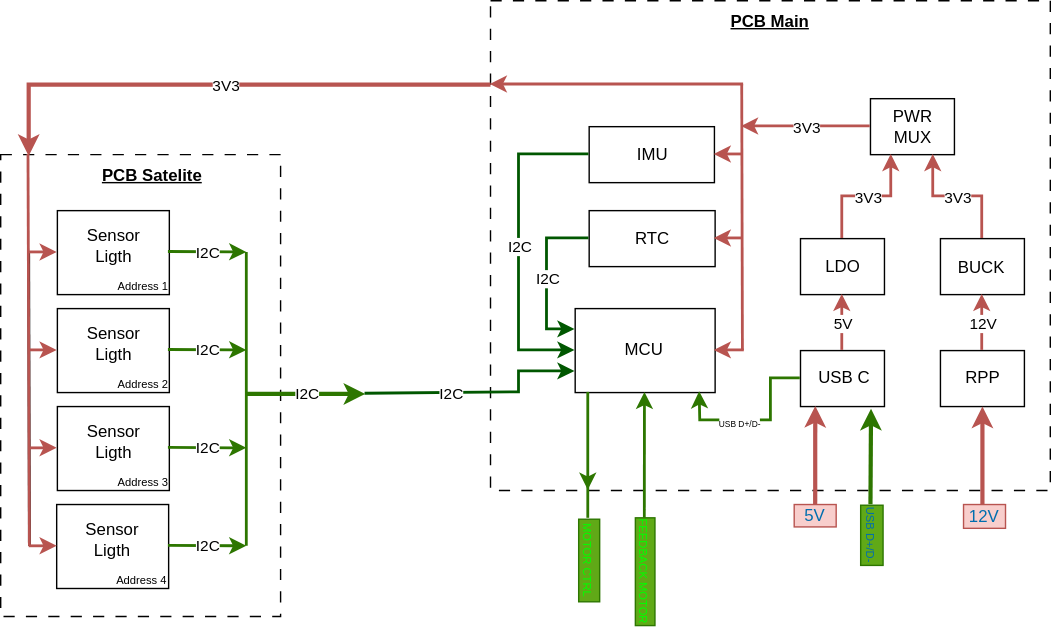
TobiasDecoud/Solar-Tracking-System keeps this draw.io diagram as Hardware/Esquematico General.svg. Above is the earlier version. Source tidied: cells renumbered, new cells last; positions are measured from the earlier drawing's top-left corner, leaving out a move shared by most shapes.
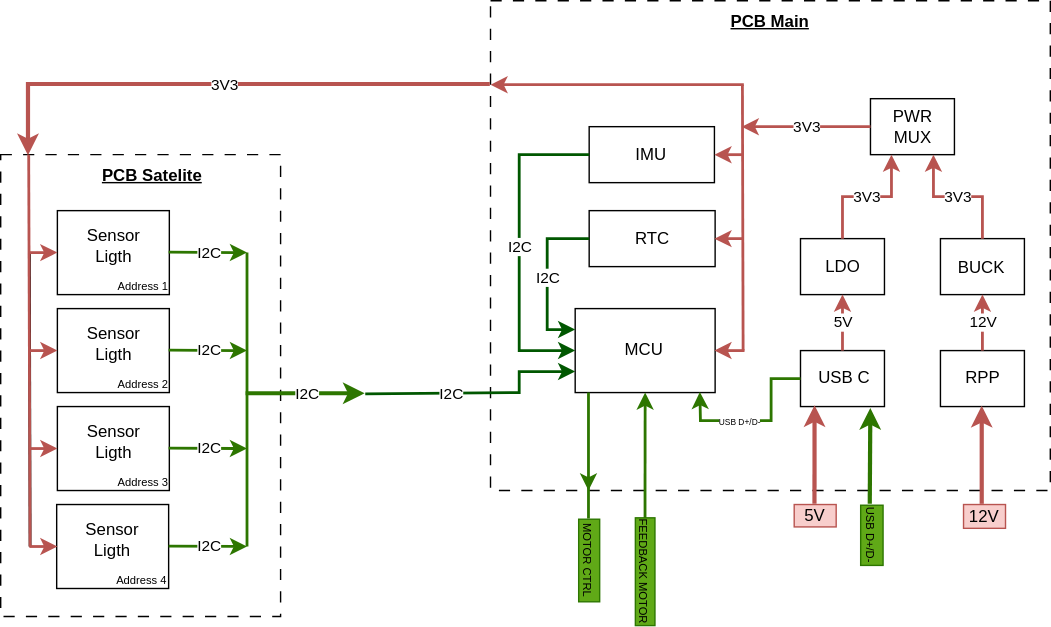
The same diagram one commit later.

What changed in the source:
```diff
@@ -207,7 +207,7 @@
         <mxPoint x="701.5" y="360" as="sourcePoint" />
       </mxGeometry>
     </mxCell>
-    <mxCell id="59" value="&lt;font style=&quot;color: light-dark(rgb(0, 110, 175), rgb(255, 0, 0));&quot;&gt;12V&lt;/font&gt;" style="text;html=1;whiteSpace=wrap;strokeColor=#b85450;fillColor=#f8cecc;align=center;verticalAlign=middle;rounded=0;" parent="1" vertex="1">
+    <mxCell id="59" value="&lt;font style=&quot;color: light-dark(rgb(0, 0, 0), rgb(255, 0, 0));&quot;&gt;12V&lt;/font&gt;" style="text;html=1;whiteSpace=wrap;strokeColor=#b85450;fillColor=#f8cecc;align=center;verticalAlign=middle;rounded=0;" parent="1" vertex="1">
       <mxGeometry x="688" y="360" width="30" height="17" as="geometry" />
     </mxCell>
     <mxCell id="60" style="endArrow=classic;html=1;rounded=0;entryX=0.5;entryY=1;entryDx=0;entryDy=0;exitX=0.5;exitY=0;exitDx=0;exitDy=0;strokeColor=#b85450;strokeWidth=2;fillColor=#f8cecc;" parent="1" edge="1" source="37" target="34">
@@ -233,7 +233,7 @@
         <mxPoint x="582" y="360" as="sourcePoint" />
       </mxGeometry>
     </mxCell>
-    <mxCell id="65" value="&lt;font style=&quot;color: light-dark(rgb(0, 110, 175), rgb(255, 0, 0));&quot;&gt;5V&lt;/font&gt;" style="text;html=1;whiteSpace=wrap;strokeColor=#b85450;fillColor=#f8cecc;align=center;verticalAlign=middle;rounded=0;" parent="1" vertex="1">
+    <mxCell id="65" value="&lt;font style=&quot;color: light-dark(rgb(0, 0, 0), rgb(255, 0, 0));&quot;&gt;5V&lt;/font&gt;" style="text;html=1;whiteSpace=wrap;strokeColor=#b85450;fillColor=#f8cecc;align=center;verticalAlign=middle;rounded=0;" parent="1" vertex="1">
       <mxGeometry x="567" y="360" width="30" height="16" as="geometry" />
     </mxCell>
     <mxCell id="66" style="endArrow=classic;html=1;rounded=0;entryX=0.5;entryY=1;entryDx=0;entryDy=0;exitX=0.5;exitY=0;exitDx=0;exitDy=0;strokeColor=#b85450;strokeWidth=2;fillColor=#f8cecc;" parent="1" edge="1" source="56" target="40">
@@ -259,7 +259,7 @@
         <mxPoint x="621.5" y="359.9" as="sourcePoint" />
       </mxGeometry>
     </mxCell>
-    <mxCell id="71" value="&lt;font style=&quot;color: light-dark(rgb(0, 110, 175), rgb(0, 255, 0)); font-size: 8px;&quot;&gt;USB D+/D-&lt;/font&gt;" style="text;html=1;whiteSpace=wrap;strokeColor=#2D7600;fillColor=#60a917;align=center;verticalAlign=middle;rounded=0;rotation=90;fontColor=#ffffff;" parent="1" vertex="1">
+    <mxCell id="71" value="&lt;font style=&quot;font-size: 8px; color: light-dark(rgb(0, 0, 0), rgb(57, 88, 38));&quot;&gt;USB D+/D-&lt;/font&gt;" style="text;html=1;whiteSpace=wrap;strokeColor=#2D7600;fillColor=#60a917;align=center;verticalAlign=middle;rounded=0;rotation=90;fontColor=#ffffff;" parent="1" vertex="1">
       <mxGeometry x="601" y="374" width="43" height="16" as="geometry" />
     </mxCell>
     <mxCell id="72" style="endArrow=none;html=1;rounded=0;strokeColor=#b85450;strokeWidth=2;fillColor=#f8cecc;" parent="1" edge="1">
@@ -389,10 +389,10 @@
         <mxPoint x="420" y="370" as="targetPoint" />
       </mxGeometry>
     </mxCell>
-    <mxCell id="94" value="&lt;font style=&quot;color: light-dark(rgb(0, 255, 0), rgb(0, 255, 0)); font-size: 8px;&quot;&gt;&lt;span style=&quot;line-height: 70%;&quot;&gt;MOTOR CTRL&lt;/span&gt;&lt;/font&gt;" style="text;html=1;whiteSpace=wrap;strokeColor=#2D7600;fillColor=#60a917;align=center;verticalAlign=middle;rounded=0;rotation=90;fontColor=#ffffff;" parent="1" vertex="1">
+    <mxCell id="94" value="&lt;font style=&quot;font-size: 8px; color: light-dark(rgb(0, 0, 0), rgb(57, 88, 38));&quot;&gt;&lt;span style=&quot;line-height: 70%;&quot;&gt;MOTOR CTRL&lt;/span&gt;&lt;/font&gt;" style="text;html=1;whiteSpace=wrap;strokeColor=#2D7600;fillColor=#60a917;align=center;verticalAlign=middle;rounded=0;rotation=90;fontColor=#ffffff;" parent="1" vertex="1">
       <mxGeometry x="391" y="392.5" width="59" height="15" as="geometry" />
     </mxCell>
-    <mxCell id="95" value="&lt;font style=&quot;color: light-dark(rgb(0, 255, 0), rgb(0, 255, 0)); font-size: 8px;&quot;&gt;FEEDBACK MOTOR&lt;/font&gt;" style="text;html=1;whiteSpace=wrap;strokeColor=#2D7600;fillColor=#60a917;align=center;verticalAlign=middle;rounded=0;rotation=90;fontColor=#ffffff;" parent="1" vertex="1">
+    <mxCell id="95" value="&lt;font style=&quot;font-size: 8px; color: light-dark(rgb(0, 0, 0), rgb(57, 88, 38));&quot;&gt;FEEDBACK MOTOR&lt;/font&gt;" style="text;html=1;whiteSpace=wrap;strokeColor=#2D7600;fillColor=#60a917;align=center;verticalAlign=middle;rounded=0;rotation=90;fontColor=#ffffff;" parent="1" vertex="1">
       <mxGeometry x="422" y="401" width="77" height="14" as="geometry" />
     </mxCell>
   </root>
```
